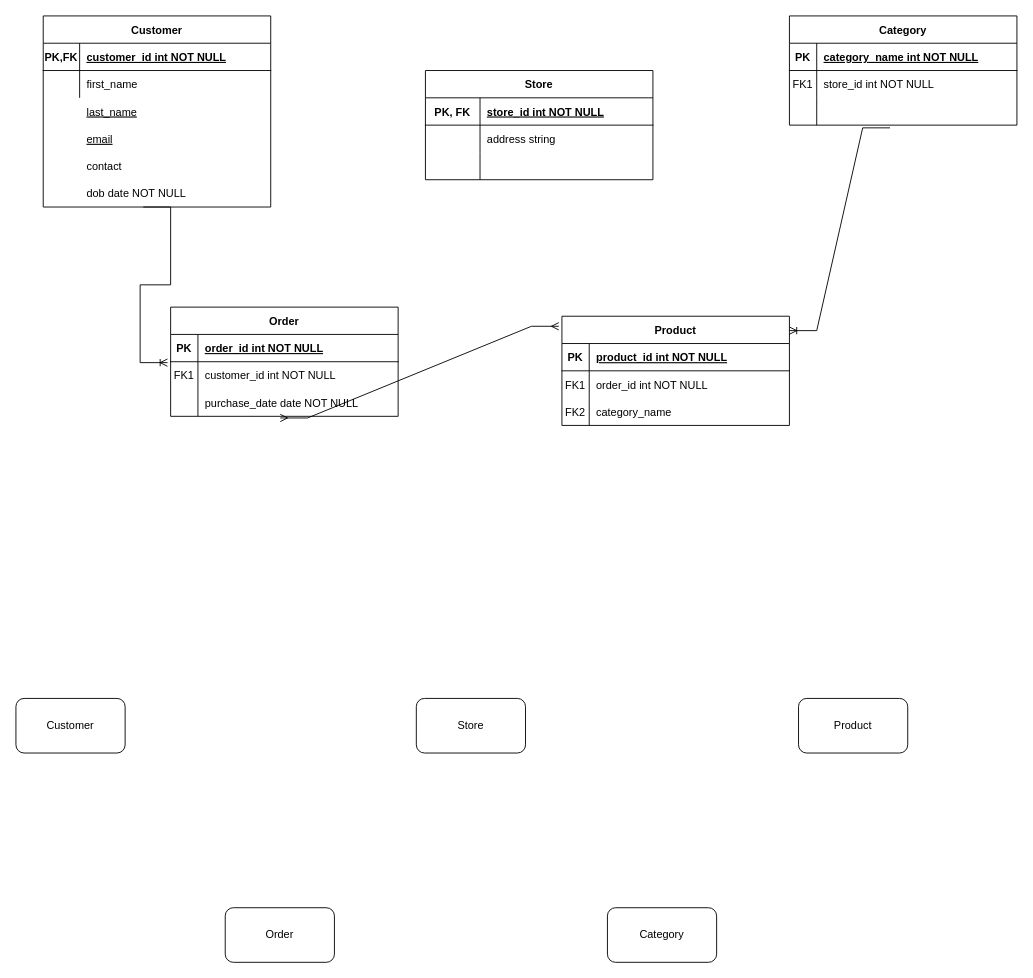
sv-05/Seqana_BelgiumData_3NF_csv keeps this draw.io diagram as Untitled Diagram.drawio. Above is the earlier version. Source tidied: cells renumbered, new cells numbered last; positions are measured from the earlier drawing's top-left corner, leaving out a move shared by most shapes. Both pictures are drawn from the tidied source at 91%, with x=0, y=0 at pixel (15, 15).
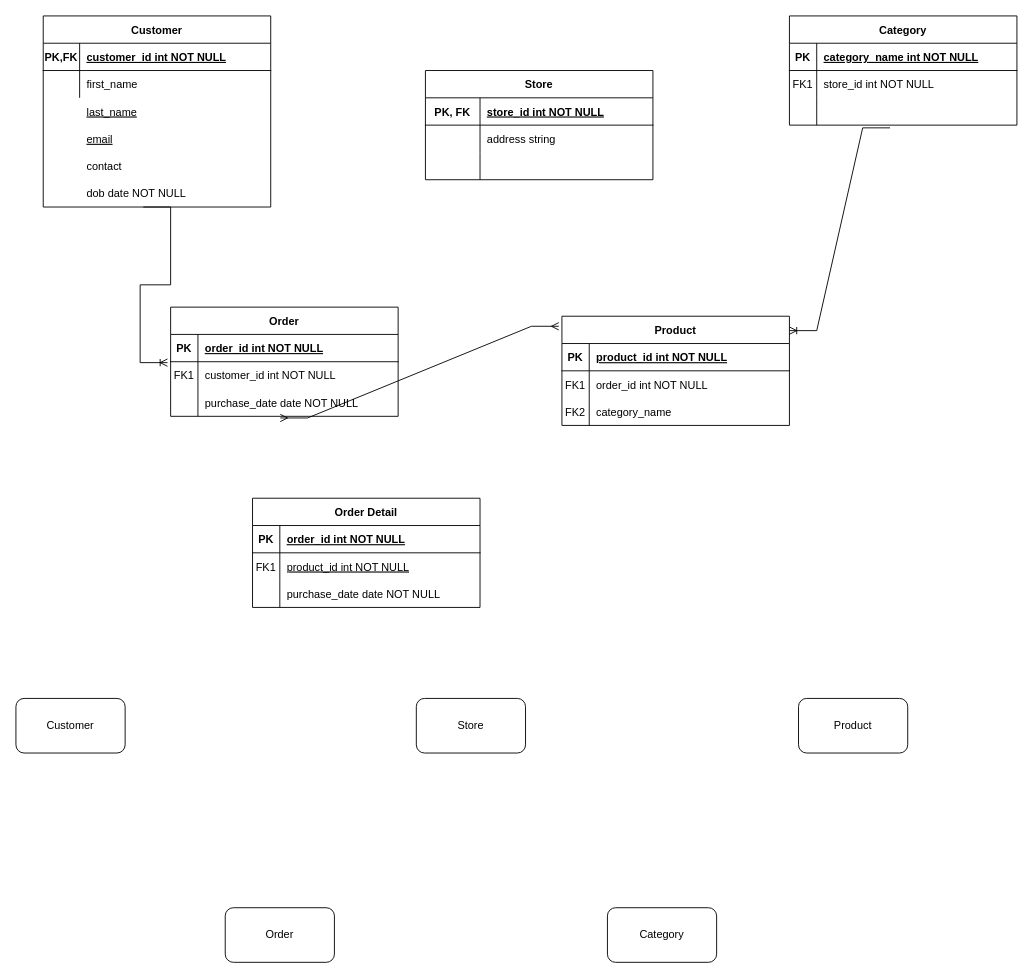
Above is the later version.

Diff of the diagram source:
```diff
@@
+    <mxCell id="61" value="Order Detail" style="shape=table;startSize=30;childLayout=tableLayout;rowLines=0;fontStyle=1;align=center;" parent="1" vertex="1">
+      <mxGeometry x="260" y="530" width="250" height="120" as="geometry" />
+    </mxCell>
+    <mxCell id="62" style="shape=partialRectangle;fillColor=none;top=0;left=0;right=0;bottom=1;" parent="61" vertex="1">
+      <mxGeometry y="30" width="250" height="30" as="geometry" />
+    </mxCell>
+    <mxCell id="63" value="PK" style="shape=partialRectangle;overflow=hidden;fillColor=none;top=0;left=0;bottom=0;right=0;fontStyle=1;" parent="62" vertex="1">
+      <mxGeometry width="30" height="30" as="geometry" />
+    </mxCell>
+    <mxCell id="64" value="order_id int NOT NULL " style="shape=partialRectangle;overflow=hidden;fillColor=none;top=0;left=0;bottom=0;right=0;align=left;spacingLeft=6;fontStyle=5;" parent="62" vertex="1">
+      <mxGeometry x="30" width="220" height="30" as="geometry" />
+    </mxCell>
+    <mxCell id="65" style="shape=partialRectangle;fillColor=none;top=0;left=0;right=0;bottom=0;" parent="61" vertex="1">
+      <mxGeometry y="60" width="250" height="30" as="geometry" />
+    </mxCell>
+    <mxCell id="66" value="FK1" style="shape=partialRectangle;overflow=hidden;fillColor=none;top=0;left=0;bottom=0;right=0;" parent="65" vertex="1">
+      <mxGeometry width="30" height="30" as="geometry" />
+    </mxCell>
+    <mxCell id="67" style="shape=partialRectangle;overflow=hidden;fillColor=none;top=0;left=0;bottom=0;right=0;align=left;spacingLeft=6;" parent="65" vertex="1">
+      <mxGeometry x="30" width="220" height="30" as="geometry" />
+    </mxCell>
+    <mxCell id="68" style="shape=partialRectangle;fillColor=none;top=0;left=0;right=0;bottom=0;" parent="61" vertex="1">
+      <mxGeometry y="90" width="250" height="30" as="geometry" />
+    </mxCell>
+    <mxCell id="69" style="shape=partialRectangle;overflow=hidden;fillColor=none;top=0;left=0;bottom=0;right=0;" parent="68" vertex="1">
+      <mxGeometry width="30" height="30" as="geometry" />
+    </mxCell>
+    <mxCell id="70" value="purchase_date date NOT NULL" style="shape=partialRectangle;overflow=hidden;fillColor=none;top=0;left=0;bottom=0;right=0;align=left;spacingLeft=6;" parent="68" vertex="1">
+      <mxGeometry x="30" width="220" height="30" as="geometry" />
+    </mxCell>
+    <mxCell id="71" value="product_id int NOT NULL " style="shape=partialRectangle;overflow=hidden;fillColor=none;top=0;left=0;bottom=0;right=0;align=left;spacingLeft=6;fontStyle=4;" parent="1" vertex="1">
+      <mxGeometry x="290" y="590" width="220" height="30" as="geometry" />
+    </mxCell>
```
